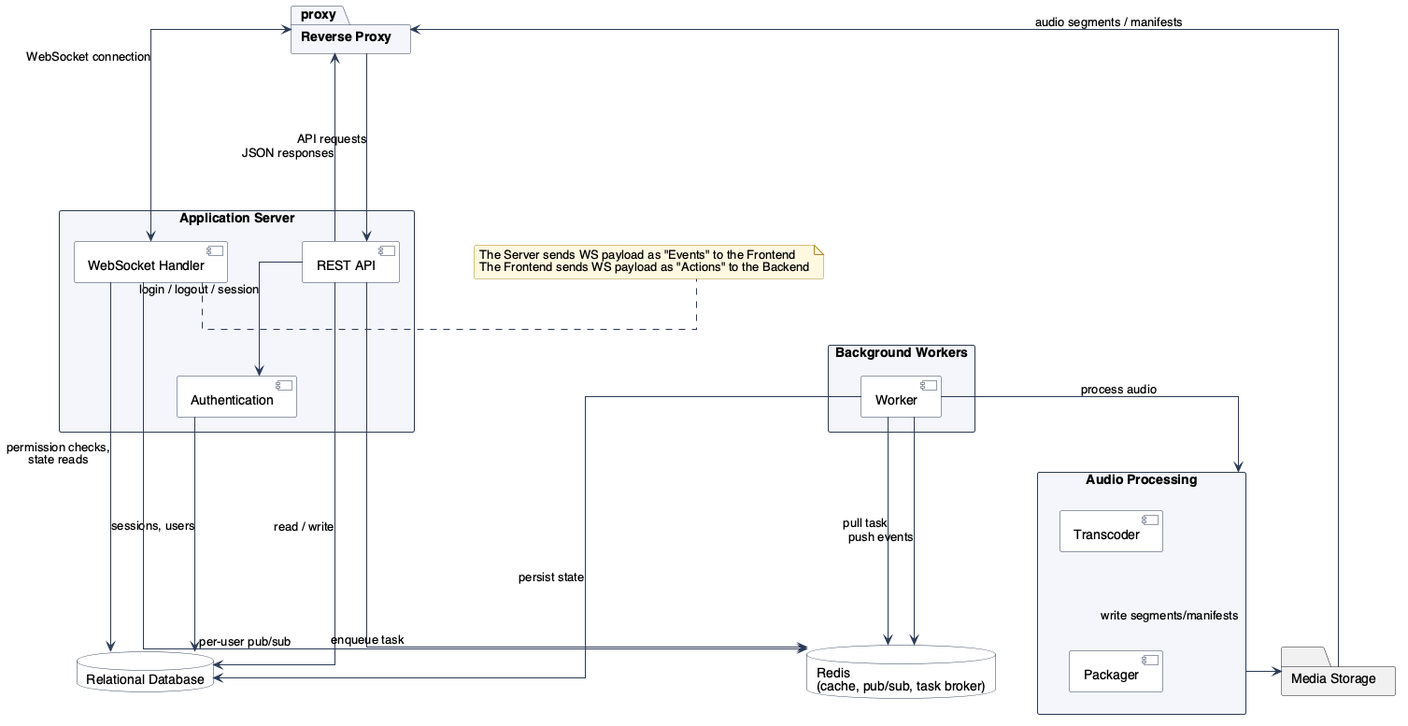
The PlantUML diagram text/diagrams/BackendSystem.png in ddrddrr/musikk, before a commit.
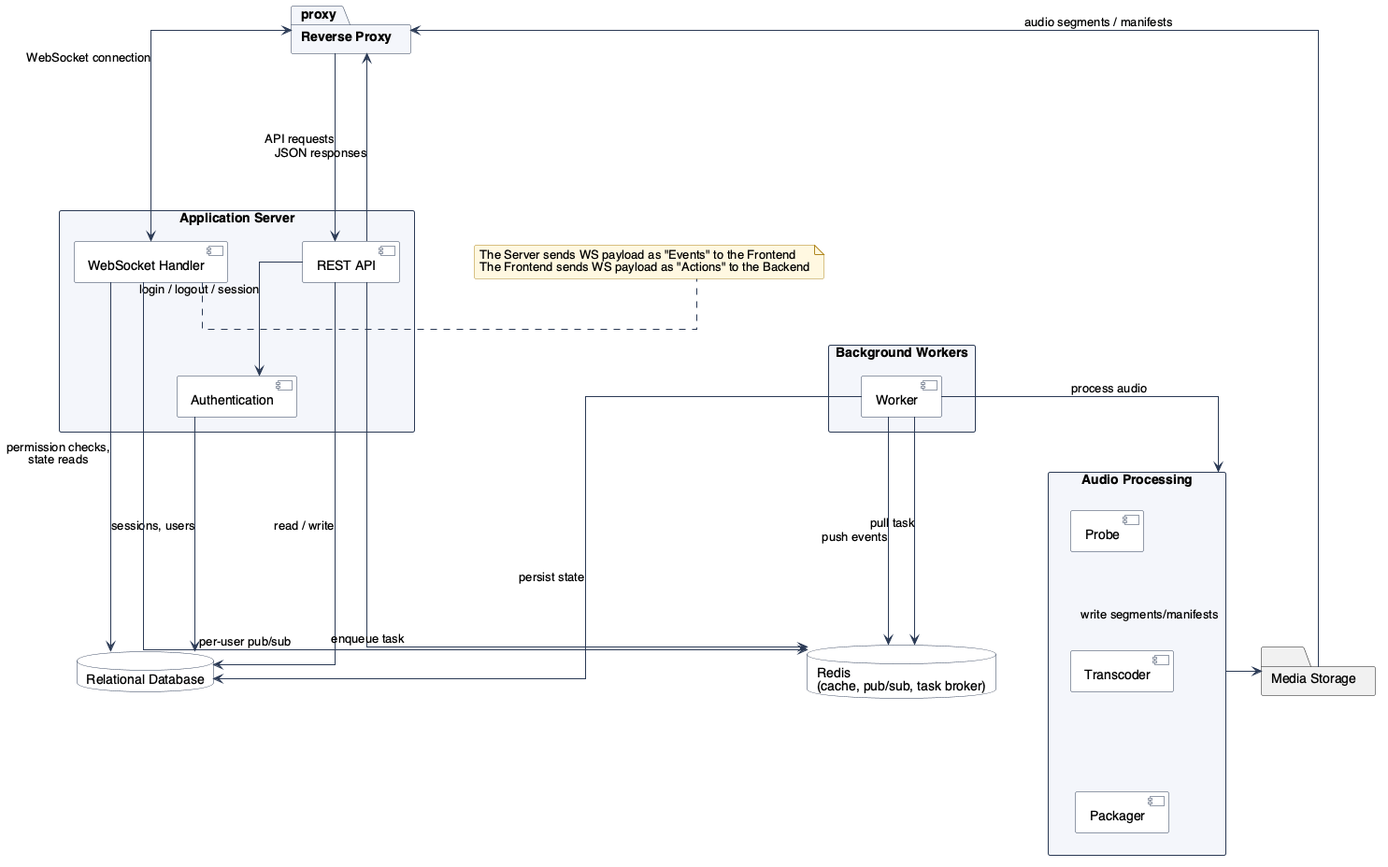
Above is the later version.

Change to the diagram source:
```diff
@@ -11,6 +11,7 @@
 }
 
 package "Audio Processing" as audio_pipeline {
+    [Probe] as probe
     [Transcoder] as transcoder
     [Packager] as packager
 }
@@ -49,6 +50,7 @@
 
 proxy <---- media_storage : audio segments / manifests
 
+probe -[hidden]- transcoder
 transcoder -[hidden]- packager
 
 @enduml
```
